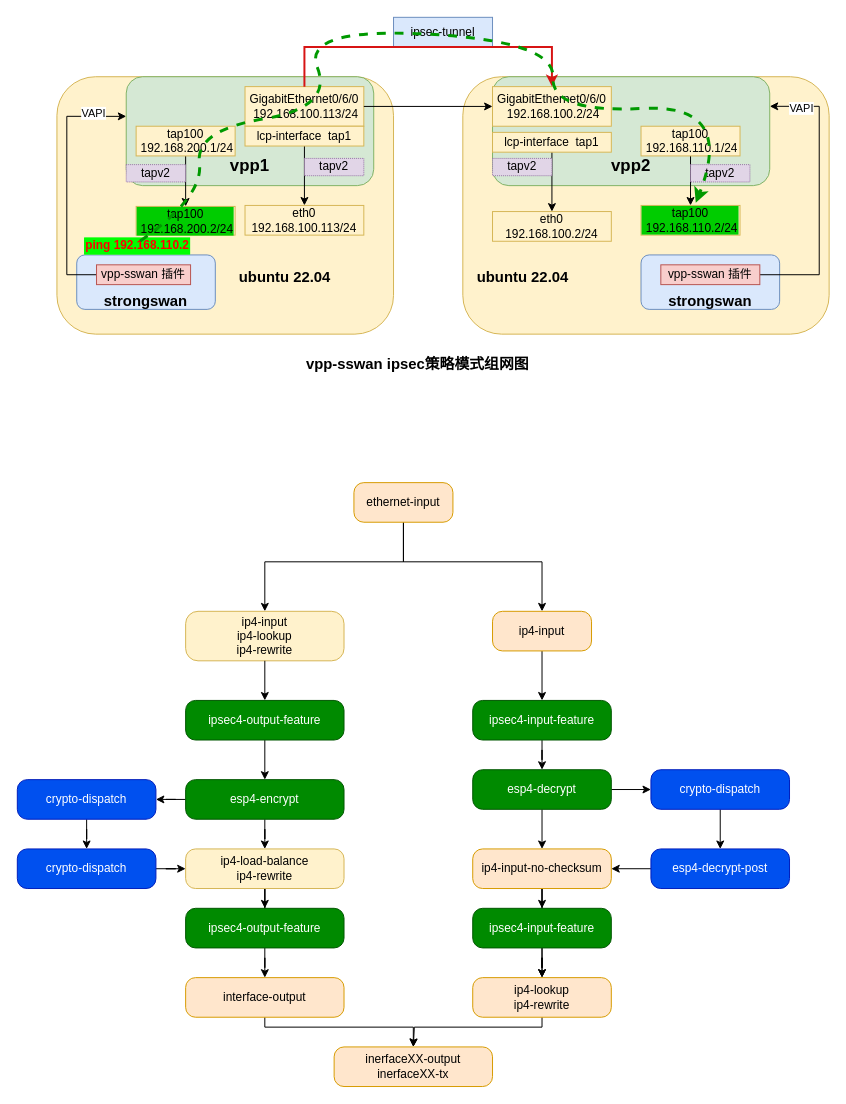
jin13417/dpdk-vpp-learning keeps this draw.io diagram as new_map/strongswan-vpp.drawio. Above is the earlier version. Source tidied: cells renumbered, new cells numbered last; positions are measured from the earlier drawing's top-left corner, leaving out a move shared by most shapes. Both pictures are drawn from the tidied source at 99%, with x=0, y=0 at pixel (17, 17).
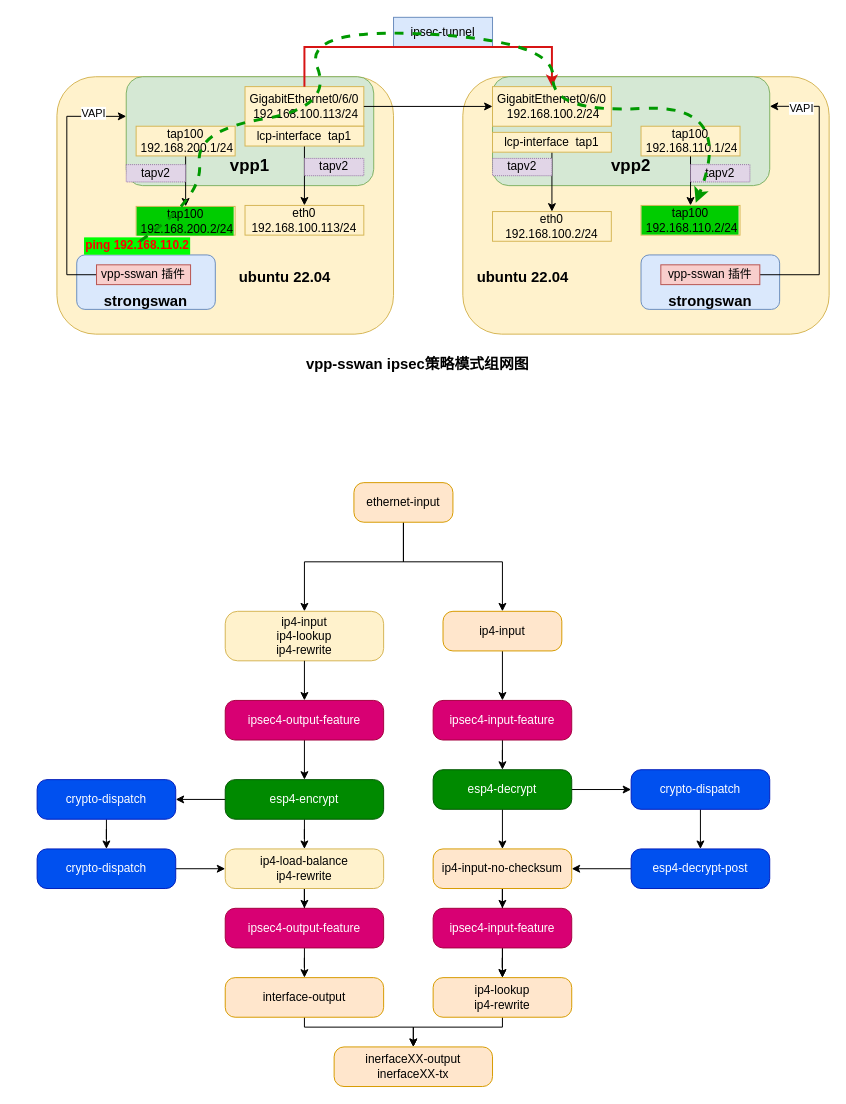
After the change.

Unchanged cells that the change refers to:
```xml
<mxCell id="40" value="ethernet-input" style="rounded=1;whiteSpace=wrap;html=1;arcSize=25;fillColor=#ffe6cc;strokeColor=#d79b00;" parent="1" vertex="1">
  <mxGeometry x="340" y="470" width="100" height="40" as="geometry" />
</mxCell>
<mxCell id="53" value="inerfaceXX-output&lt;br&gt;inerfaceXX-tx" style="rounded=1;whiteSpace=wrap;html=1;arcSize=25;fillColor=#ffe6cc;strokeColor=#d79b00;" parent="1" vertex="1">
  <mxGeometry x="320" y="1040" width="160" height="40" as="geometry" />
</mxCell>
```

The edit, as a diff of the source:
```diff
@@
     <mxCell id="38" style="edgeStyle=orthogonalEdgeStyle;rounded=0;jettySize=auto;html=1;entryX=0.5;entryY=0;entryDx=0;entryDy=0;" parent="1" edge="1" source="40" target="41">
       <mxGeometry relative="1" as="geometry">
         <Array as="points">
           <mxPoint x="390" y="550" />
-          <mxPoint x="250" y="550" />
+          <mxPoint x="290" y="550" />
         </Array>
       </mxGeometry>
     </mxCell>
     <mxCell id="39" style="edgeStyle=orthogonalEdgeStyle;rounded=0;jettySize=auto;html=1;entryX=0.5;entryY=0;entryDx=0;entryDy=0;" parent="1" edge="1" source="40" target="55">
       <mxGeometry relative="1" as="geometry">
         <Array as="points">
           <mxPoint x="390" y="550" />
-          <mxPoint x="530" y="550" />
+          <mxPoint x="490" y="550" />
         </Array>
       </mxGeometry>
     </mxCell>
@@
     <mxCell id="41" value="ip4-input&lt;br&gt;ip4-lookup&lt;br&gt;ip4-rewrite" style="rounded=1;whiteSpace=wrap;html=1;arcSize=25;fillColor=#fff2cc;strokeColor=#d6b656;" parent="1" vertex="1">
-      <mxGeometry x="170" y="600" width="160" height="50" as="geometry" />
+      <mxGeometry x="210" y="600" width="160" height="50" as="geometry" />
     </mxCell>
@@
-    <mxCell id="44" value="ipsec4-output-feature" style="rounded=1;whiteSpace=wrap;html=1;arcSize=25;fillColor=#008a00;strokeColor=#005700;fontColor=#ffffff;" parent="1" vertex="1">
-      <mxGeometry x="170" y="690" width="160" height="40" as="geometry" />
+    <mxCell id="44" value="ipsec4-output-feature" style="rounded=1;whiteSpace=wrap;html=1;arcSize=25;fillColor=#d80073;strokeColor=#A50040;fontColor=#ffffff;" parent="1" vertex="1">
+      <mxGeometry x="210" y="690" width="160" height="40" as="geometry" />
     </mxCell>
@@
-    <mxCell id="46" style="edgeStyle=orthogonalEdgeStyle;rounded=0;jettySize=auto;html=1;" parent="1" edge="1" source="47" target="73">
+    <mxCell id="46" style="edgeStyle=orthogonalEdgeStyle;rounded=0;jettySize=auto;html=1;entryX=1;entryY=0.5;entryDx=0;entryDy=0;" parent="1" edge="1" source="47" target="73">
       <mxGeometry relative="1" as="geometry" />
     </mxCell>
     <mxCell id="47" value="esp4-encrypt" style="rounded=1;whiteSpace=wrap;html=1;arcSize=25;fillColor=#008a00;strokeColor=#005700;fontColor=#ffffff;" parent="1" vertex="1">
-      <mxGeometry x="170" y="770" width="160" height="40" as="geometry" />
+      <mxGeometry x="210" y="770" width="160" height="40" as="geometry" />
     </mxCell>
@@
     <mxCell id="49" value="ip4-load-balance&lt;br&gt;ip4-rewrite" style="rounded=1;whiteSpace=wrap;html=1;arcSize=25;fillColor=#fff2cc;strokeColor=#d6b656;" parent="1" vertex="1">
-      <mxGeometry x="170" y="840" width="160" height="40" as="geometry" />
+      <mxGeometry x="210" y="840" width="160" height="40" as="geometry" />
     </mxCell>
     <mxCell id="50" style="edgeStyle=orthogonalEdgeStyle;rounded=0;jettySize=auto;html=1;exitX=0.5;exitY=1;exitDx=0;exitDy=0;" parent="1" edge="1" source="76" target="53">
       <mxGeometry relative="1" as="geometry">
         <Array as="points">
-          <mxPoint x="250" y="1020" />
+          <mxPoint x="290" y="1020" />
           <mxPoint x="400" y="1020" />
         </Array>
       </mxGeometry>
     </mxCell>
@@
-    <mxCell id="52" value="ipsec4-output-feature" style="rounded=1;whiteSpace=wrap;html=1;arcSize=25;fillColor=#008a00;strokeColor=#005700;fontColor=#ffffff;" parent="1" vertex="1">
-      <mxGeometry x="170" y="900" width="160" height="40" as="geometry" />
+    <mxCell id="52" value="ipsec4-output-feature" style="rounded=1;whiteSpace=wrap;html=1;arcSize=25;fillColor=#d80073;strokeColor=#A50040;fontColor=#ffffff;" parent="1" vertex="1">
+      <mxGeometry x="210" y="900" width="160" height="40" as="geometry" />
     </mxCell>
@@
     <mxCell id="55" value="ip4-input" style="rounded=1;whiteSpace=wrap;html=1;arcSize=25;fillColor=#ffe6cc;strokeColor=#d79b00;" parent="1" vertex="1">
-      <mxGeometry x="480" y="600" width="100" height="40" as="geometry" />
+      <mxGeometry x="430" y="600" width="120" height="40" as="geometry" />
     </mxCell>
@@
-    <mxCell id="57" value="ipsec4-input-feature" style="rounded=1;whiteSpace=wrap;html=1;arcSize=25;fillColor=#008a00;strokeColor=#005700;fontColor=#ffffff;" parent="1" vertex="1">
-      <mxGeometry x="460" y="690" width="140" height="40" as="geometry" />
+    <mxCell id="57" value="ipsec4-input-feature" style="rounded=1;whiteSpace=wrap;html=1;arcSize=25;fillColor=#d80073;strokeColor=#A50040;fontColor=#ffffff;" parent="1" vertex="1">
+      <mxGeometry x="420" y="690" width="140" height="40" as="geometry" />
     </mxCell>
@@
     <mxCell id="61" value="esp4-decrypt" style="rounded=1;whiteSpace=wrap;html=1;arcSize=25;fillColor=#008a00;strokeColor=#005700;fontColor=#ffffff;" parent="1" vertex="1">
-      <mxGeometry x="460" y="760" width="140" height="40" as="geometry" />
+      <mxGeometry x="420" y="760" width="140" height="40" as="geometry" />
     </mxCell>
-    <mxCell id="62" style="edgeStyle=orthogonalEdgeStyle;rounded=0;jettySize=auto;html=1;" parent="1" edge="1" source="63">
+    <mxCell id="62" style="edgeStyle=orthogonalEdgeStyle;rounded=0;jettySize=auto;html=1;exitX=0.5;exitY=1;exitDx=0;exitDy=0;" parent="1" edge="1" source="63">
       <mxGeometry relative="1" as="geometry">
         <mxPoint x="400" y="1040" as="targetPoint" />
         <Array as="points">
-          <mxPoint x="530" y="1020" />
-          <mxPoint x="401" y="1020" />
+          <mxPoint x="490" y="1020" />
+          <mxPoint x="400" y="1020" />
         </Array>
       </mxGeometry>
     </mxCell>
     <mxCell id="63" value="ip4-lookup&lt;br&gt;ip4-rewrite" style="rounded=1;whiteSpace=wrap;html=1;arcSize=25;fillColor=#ffe6cc;strokeColor=#d79b00;" parent="1" vertex="1">
-      <mxGeometry x="460" y="970" width="140" height="40" as="geometry" />
+      <mxGeometry x="420" y="970" width="140" height="40" as="geometry" />
     </mxCell>
@@
     <mxCell id="65" value="crypto-dispatch" style="rounded=1;whiteSpace=wrap;html=1;arcSize=25;fillColor=#0050ef;strokeColor=#001DBC;fontColor=#ffffff;" parent="1" vertex="1">
-      <mxGeometry x="640" y="760" width="140" height="40" as="geometry" />
+      <mxGeometry x="620" y="760" width="140" height="40" as="geometry" />
     </mxCell>
@@
     <mxCell id="67" value="esp4-decrypt-post" style="rounded=1;whiteSpace=wrap;html=1;arcSize=25;fillColor=#0050ef;strokeColor=#001DBC;fontColor=#ffffff;" parent="1" vertex="1">
-      <mxGeometry x="640" y="840" width="140" height="40" as="geometry" />
+      <mxGeometry x="620" y="840" width="140" height="40" as="geometry" />
     </mxCell>
@@
     <mxCell id="69" value="ip4-input-no-checksum" style="rounded=1;whiteSpace=wrap;html=1;arcSize=25;fillColor=#ffe6cc;strokeColor=#d79b00;" parent="1" vertex="1">
-      <mxGeometry x="460" y="840" width="140" height="40" as="geometry" />
+      <mxGeometry x="420" y="840" width="140" height="40" as="geometry" />
     </mxCell>
@@
-    <mxCell id="71" value="ipsec4-input-feature" style="rounded=1;whiteSpace=wrap;html=1;arcSize=25;fillColor=#008a00;strokeColor=#005700;fontColor=#ffffff;" parent="1" vertex="1">
-      <mxGeometry x="460" y="900" width="140" height="40" as="geometry" />
+    <mxCell id="71" value="ipsec4-input-feature" style="rounded=1;whiteSpace=wrap;html=1;arcSize=25;fillColor=#d80073;strokeColor=#A50040;fontColor=#ffffff;" parent="1" vertex="1">
+      <mxGeometry x="420" y="900" width="140" height="40" as="geometry" />
     </mxCell>
@@
     <mxCell id="73" value="crypto-dispatch" style="rounded=1;whiteSpace=wrap;html=1;arcSize=25;fillColor=#0050ef;strokeColor=#001DBC;fontColor=#ffffff;" parent="1" vertex="1">
-      <mxGeometry y="770" width="140" height="40" as="geometry" />
+      <mxGeometry x="20" y="770" width="140" height="40" as="geometry" />
     </mxCell>
-    <mxCell id="74" style="edgeStyle=orthogonalEdgeStyle;rounded=0;jettySize=auto;html=1;" parent="1" edge="1" source="75" target="49">
+    <mxCell id="74" style="edgeStyle=orthogonalEdgeStyle;rounded=0;jettySize=auto;html=1;exitX=1;exitY=0.5;exitDx=0;exitDy=0;" parent="1" edge="1" source="75" target="49">
       <mxGeometry relative="1" as="geometry" />
     </mxCell>
     <mxCell id="75" value="crypto-dispatch" style="rounded=1;whiteSpace=wrap;html=1;arcSize=25;fillColor=#0050ef;strokeColor=#001DBC;fontColor=#ffffff;" parent="1" vertex="1">
-      <mxGeometry y="840" width="140" height="40" as="geometry" />
+      <mxGeometry x="20" y="840" width="140" height="40" as="geometry" />
     </mxCell>
     <mxCell id="76" value="interface-output" style="rounded=1;whiteSpace=wrap;html=1;arcSize=25;fillColor=#ffe6cc;strokeColor=#d79b00;" parent="1" vertex="1">
-      <mxGeometry x="170" y="970" width="160" height="40" as="geometry" />
+      <mxGeometry x="210" y="970" width="160" height="40" as="geometry" />
     </mxCell>
```
